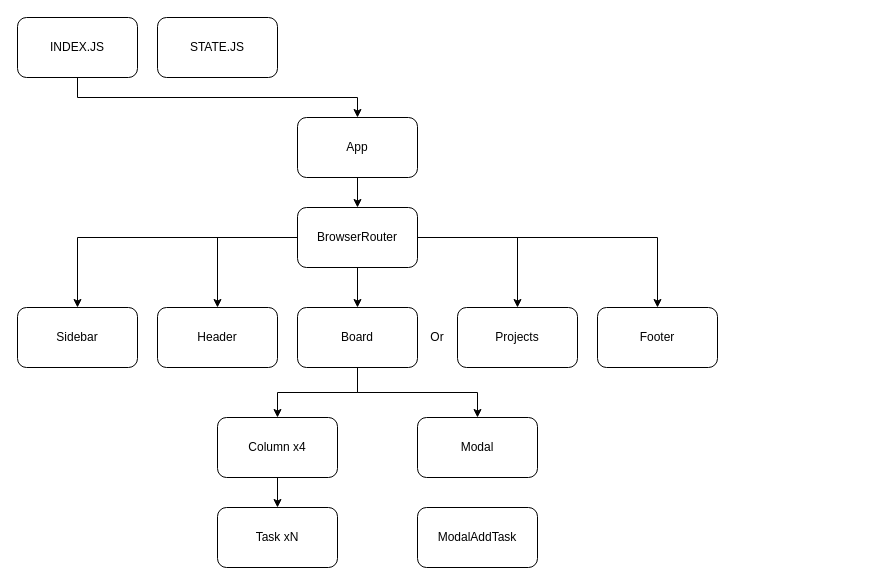
The draw.io diagram diagrams.drawio in MavrinSergey/diplom_react, before the edit. Source tidied: cells renumbered, new cells numbered last; positions are measured from the earlier drawing's top-left corner, leaving out a move shared by most shapes. Both pictures are drawn from the tidied source at 100%, with x=0, y=0 at pixel (17, 17).
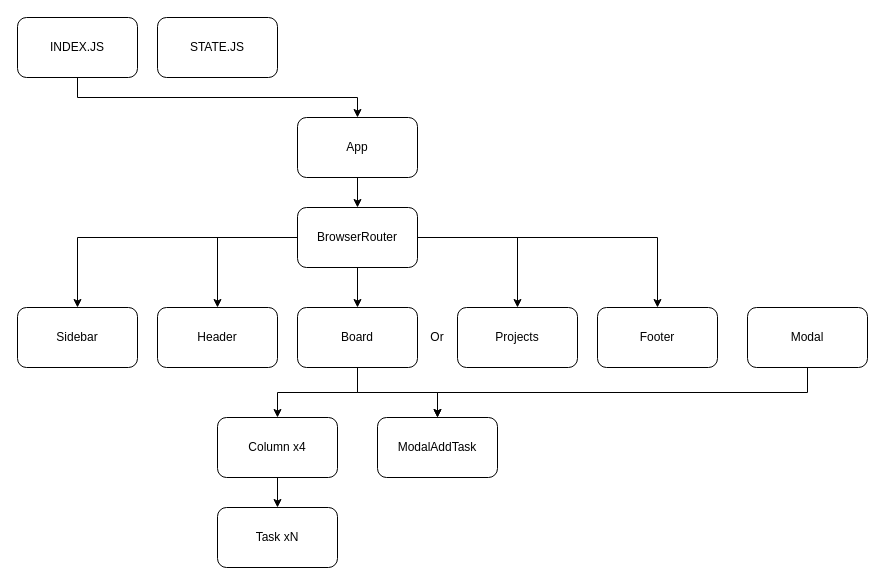
The same page after the edit.

Unchanged cells that the change refers to:
```xml
<mxCell id="16" value="Board" style="rounded=1;whiteSpace=wrap;html=1;" parent="1" vertex="1">
  <mxGeometry x="280" y="290" width="120" height="60" as="geometry" />
</mxCell>
```

Diff of the diagram source:
```diff
@@
-    <mxCell id="15" style="edgeStyle=orthogonalEdgeStyle;rounded=0;jettySize=auto;html=1;exitX=0.5;exitY=1;exitDx=0;exitDy=0;entryX=0.5;entryY=0;entryDx=0;entryDy=0;" parent="1" edge="1" source="16" target="24">
-      <mxGeometry relative="1" as="geometry" />
-    </mxCell>
+    <mxCell id="26" style="edgeStyle=orthogonalEdgeStyle;rounded=0;jettySize=auto;html=1;exitX=0.5;exitY=1;exitDx=0;exitDy=0;entryX=0.5;entryY=0;entryDx=0;entryDy=0;" parent="1" edge="1" source="16" target="25">
+      <mxGeometry relative="1" as="geometry" />
+    </mxCell>
@@
+    <mxCell id="27" style="edgeStyle=orthogonalEdgeStyle;rounded=0;jettySize=auto;html=1;exitX=0.5;exitY=1;exitDx=0;exitDy=0;entryX=0.5;entryY=0;entryDx=0;entryDy=0;" parent="1" edge="1" source="24" target="25">
+      <mxGeometry relative="1" as="geometry" />
+    </mxCell>
     <mxCell id="24" value="Modal" style="rounded=1;whiteSpace=wrap;html=1;" parent="1" vertex="1">
-      <mxGeometry x="400" y="400" width="120" height="60" as="geometry" />
+      <mxGeometry x="730" y="290" width="120" height="60" as="geometry" />
     </mxCell>
     <mxCell id="25" value="ModalAddTask" style="rounded=1;whiteSpace=wrap;html=1;" parent="1" vertex="1">
-      <mxGeometry x="400" y="490" width="120" height="60" as="geometry" />
+      <mxGeometry x="360" y="400" width="120" height="60" as="geometry" />
     </mxCell>
```
